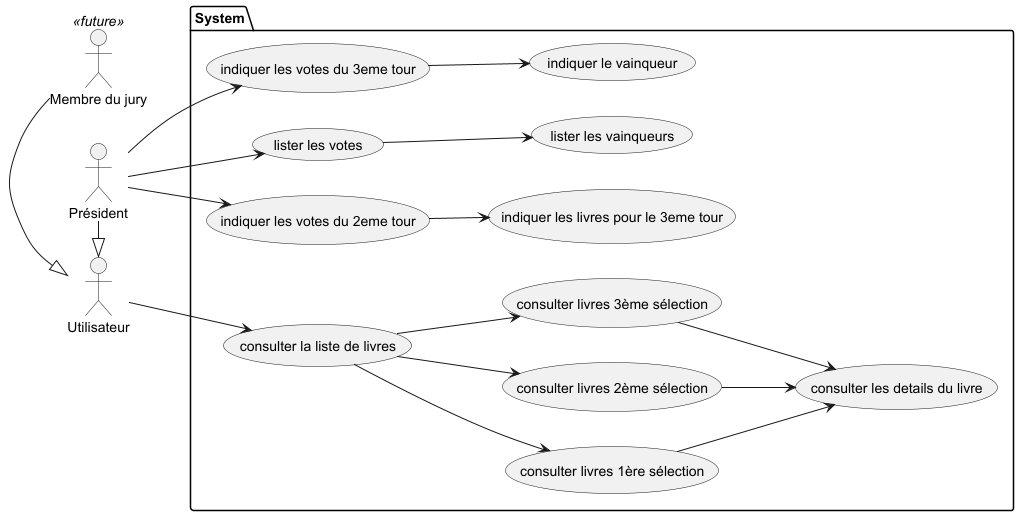
Before: docs/use_case.png, a diagram exported from PlantUML (rdpt03/FMS-PY-GONCOURT-EVAL-R).
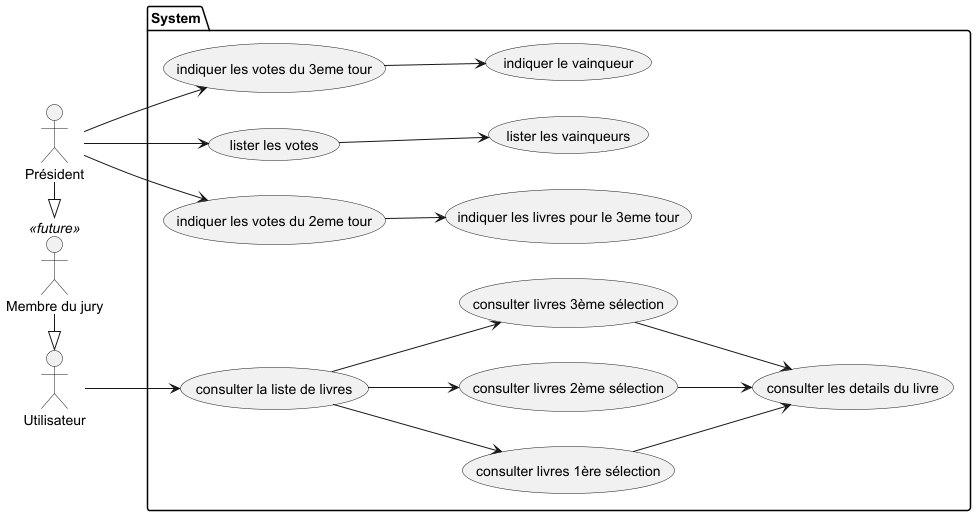
After the change.

Commit message:
Change president, inherits Jury instead of User

Change to the diagram source:
```diff
@@ -31,7 +31,7 @@
     (indiquer les votes du 3eme tour) --> (indiquer le vainqueur)
 
     MembreJury -|> Utilisateur
-    President -|> Utilisateur
+    President -|> MembreJury
 }
 
 @enduml
```
